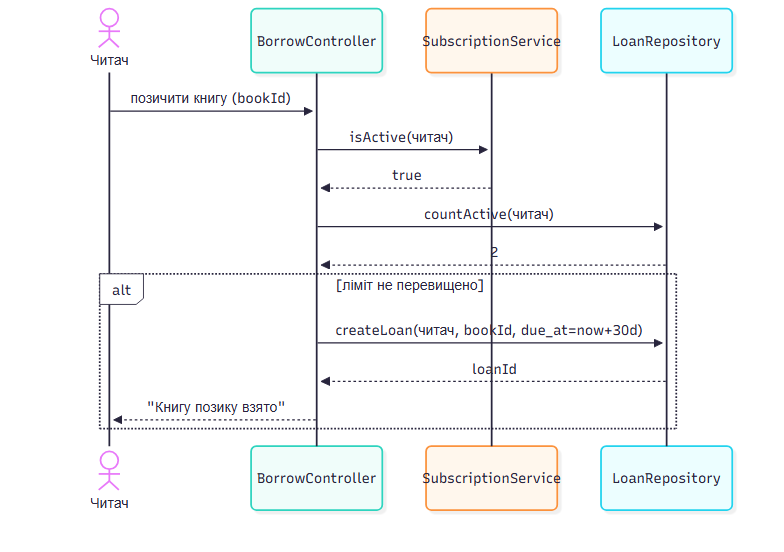
sanyalovemoney/KPI_labs keeps this Mermaid diagram as Labs/lab3-sequence/renders/borrow-book.png. Above is the earlier version. Its source is kept beside it as Labs/lab3-sequence/model/borrow-book.mmd.
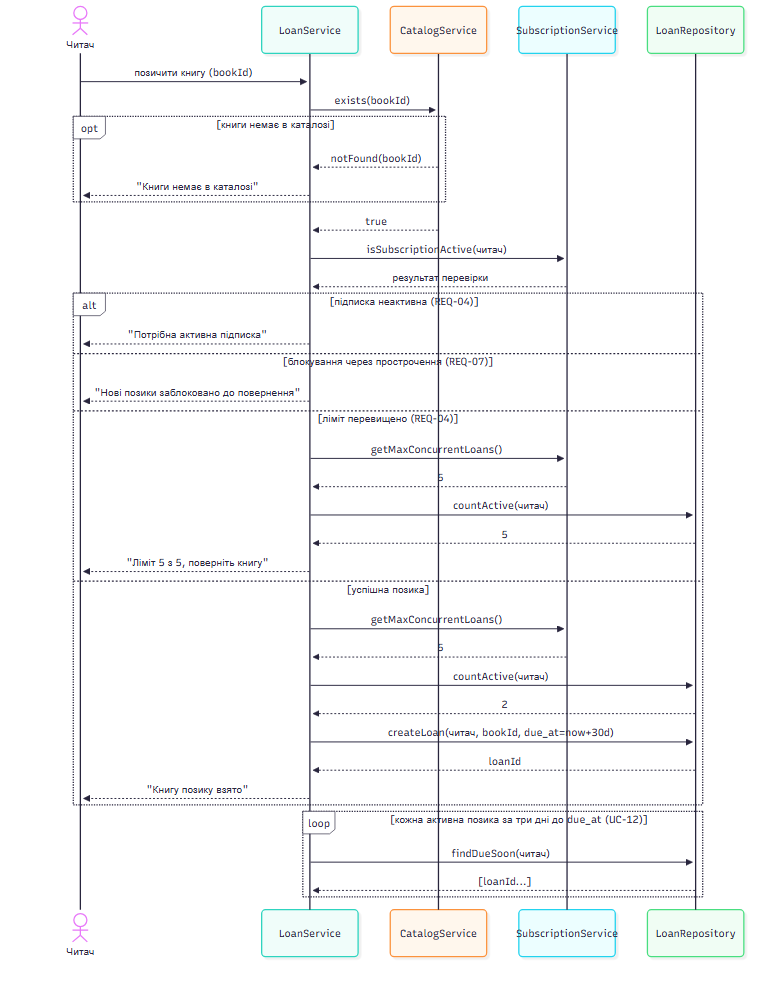
Later version of the same file.

Commit message:
lab3: fix - read max_concurrent_loans from Plan

Change to the diagram source:
```diff
@@ -12,17 +12,21 @@
         LoanService-->>Читач: "Книги немає в каталозі"
     end
     CatalogService-->>LoanService: true
-    LoanService->>SubscriptionService: isActive(читач)
+    LoanService->>SubscriptionService: isSubscriptionActive(читач)
     SubscriptionService-->>LoanService: результат перевірки
     alt підписка неактивна (REQ-04)
         LoanService-->>Читач: "Потрібна активна підписка"
     else блокування через прострочення (REQ-07)
         LoanService-->>Читач: "Нові позики заблоковано до повернення"
     else ліміт перевищено (REQ-04)
+        LoanService->>SubscriptionService: getMaxConcurrentLoans()
+        SubscriptionService-->>LoanService: 5
         LoanService->>LoanRepository: countActive(читач)
         LoanRepository-->>LoanService: 5
-        LoanService-->>Читач: "Ліміт вичерпано, поверніть книгу"
+        LoanService-->>Читач: "Ліміт 5 з 5, поверніть книгу"
     else успішна позика
+        LoanService->>SubscriptionService: getMaxConcurrentLoans()
+        SubscriptionService-->>LoanService: 5
         LoanService->>LoanRepository: countActive(читач)
         LoanRepository-->>LoanService: 2
         LoanService->>LoanRepository: createLoan(читач, bookId, due_at=now+30d)
```
